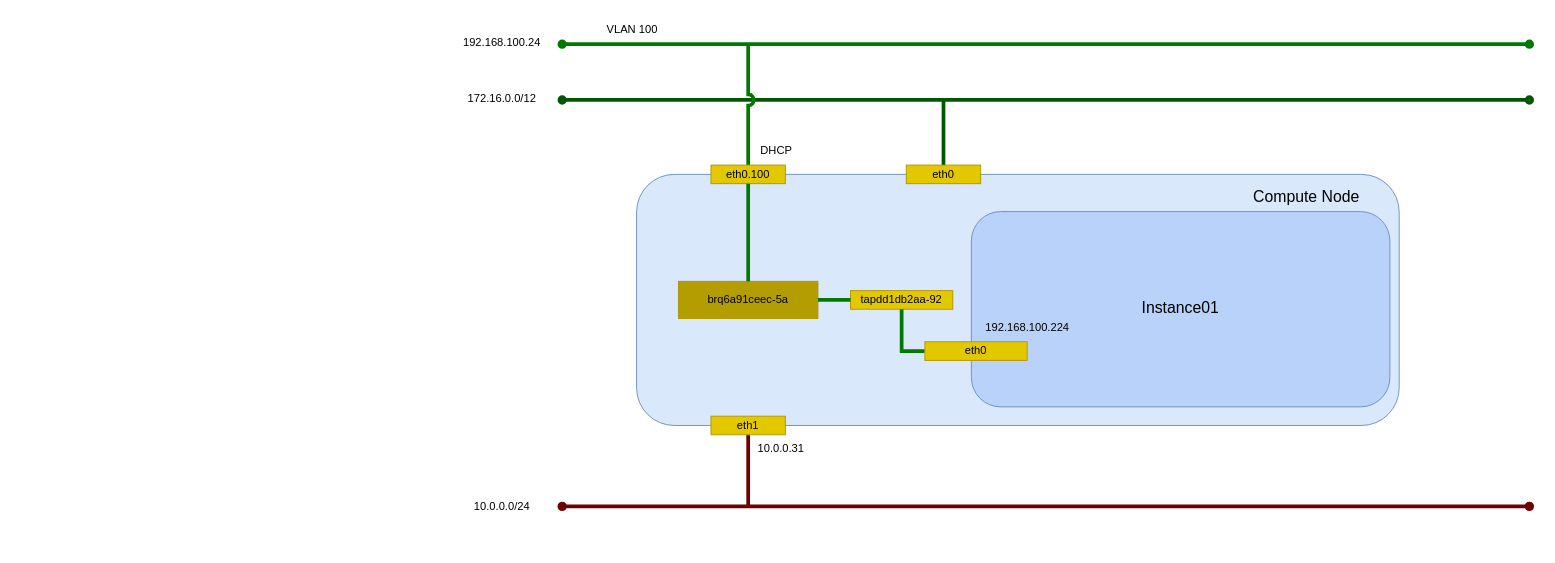
The draw.io diagram _static/image/network_vlan_instance_linuxbridge.drawio in 9506hqwy/openstack_study_notes, before the edit. Source tidied: cells renumbered, new cells numbered last; positions are measured from the earlier drawing's top-left corner, leaving out a move shared by most shapes. Both pictures are drawn from the tidied source at 93%, with x=0, y=0 at pixel (450, 16).
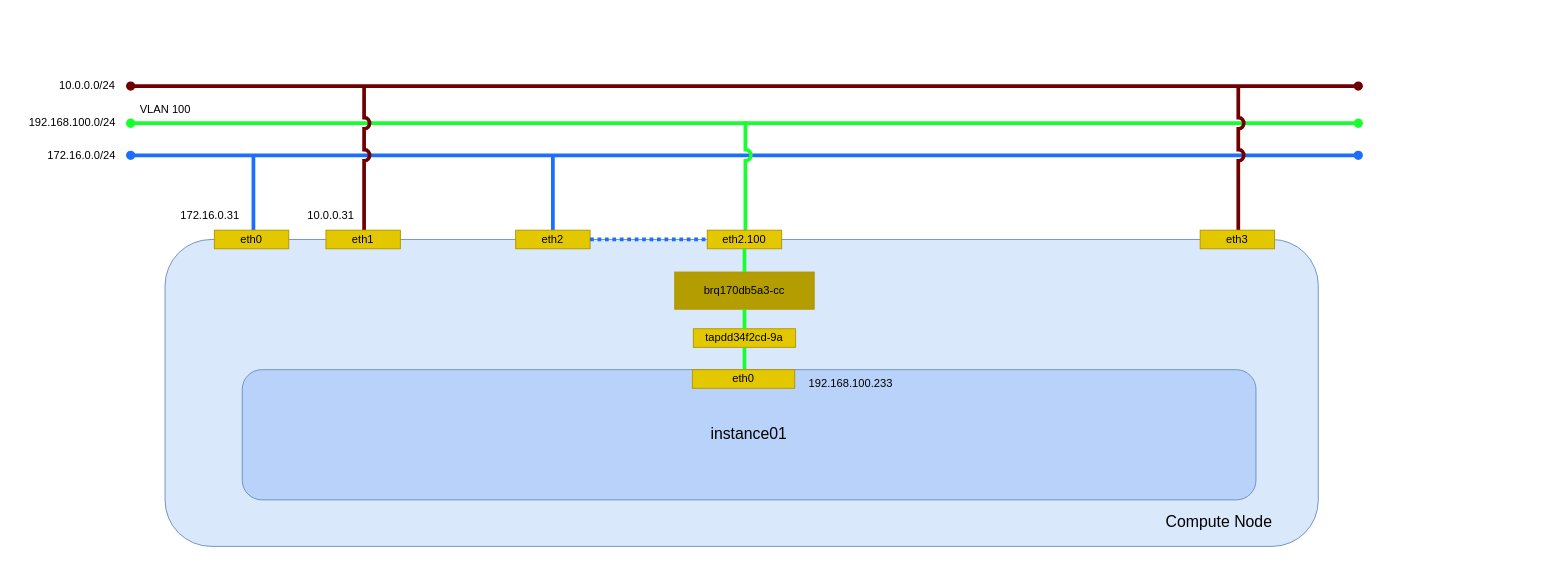
After the change.

Diff of the diagram source:
```diff
@@
-    <mxCell id="2" style="endArrow=oval;html=1;rounded=0;startArrow=oval;startFill=1;endFill=1;strokeWidth=4;fillColor=#a20025;strokeColor=#6F0000;" parent="1" edge="1">
-      <mxGeometry relative="1" as="geometry">
-        <mxPoint x="120" y="527" as="sourcePoint" />
-        <mxPoint x="1160" y="527" as="targetPoint" />
-      </mxGeometry>
-    </mxCell>
+    <mxCell id="29" style="endArrow=oval;html=1;rounded=0;startArrow=oval;startFill=1;endFill=1;strokeWidth=4;fillColor=#a20025;strokeColor=#6F0000;" parent="1" edge="1">
+      <mxGeometry relative="1" as="geometry">
+        <mxPoint x="-344" y="75" as="sourcePoint" />
+        <mxPoint x="976" y="75" as="targetPoint" />
+      </mxGeometry>
+    </mxCell>
     <mxCell id="3" value="10.0.0.0/24" style="text;html=1;align=center;verticalAlign=middle;strokeColor=none;fillColor=none;" parent="1" vertex="1">
-      <mxGeometry x="15" y="512" width="80" height="30" as="geometry" />
+      <mxGeometry x="-431" y="60" width="80" height="30" as="geometry" />
     </mxCell>
-    <mxCell id="4" style="endArrow=none;html=1;rounded=0;startArrow=none;startFill=0;endFill=0;strokeWidth=4;fillColor=#a20025;strokeColor=#6F0000;exitX=0.5;exitY=1;exitDx=0;exitDy=0;" parent="1" edge="1">
-      <mxGeometry relative="1" as="geometry">
-        <mxPoint x="320" y="447" as="sourcePoint" />
-        <mxPoint x="320" y="527" as="targetPoint" />
-      </mxGeometry>
-    </mxCell>
-    <mxCell id="5" style="endArrow=oval;html=1;rounded=0;startArrow=oval;startFill=1;endFill=1;strokeWidth=4;fillColor=#008a00;strokeColor=#005700;" parent="1" edge="1">
-      <mxGeometry relative="1" as="geometry">
-        <mxPoint x="120" y="90" as="sourcePoint" />
-        <mxPoint x="1160" y="90" as="targetPoint" />
-      </mxGeometry>
-    </mxCell>
-    <mxCell id="6" value="172.16.0.0/12" style="text;html=1;align=center;verticalAlign=middle;strokeColor=none;fillColor=none;" parent="1" vertex="1">
-      <mxGeometry x="5" y="74" width="100" height="30" as="geometry" />
-    </mxCell>
-    <mxCell id="7" style="endArrow=none;html=1;rounded=0;startArrow=none;startFill=0;endFill=0;strokeWidth=4;fillColor=#008a00;strokeColor=#005700;exitX=0.5;exitY=1;exitDx=0;exitDy=0;" parent="1" edge="1">
-      <mxGeometry relative="1" as="geometry">
-        <mxPoint x="530" y="90" as="sourcePoint" />
-        <mxPoint x="530" y="170" as="targetPoint" />
-      </mxGeometry>
-    </mxCell>
-    <mxCell id="8" style="endArrow=oval;html=1;rounded=0;startArrow=oval;startFill=1;endFill=1;strokeWidth=4;fillColor=#008a00;strokeColor=#017801;" parent="1" edge="1">
-      <mxGeometry relative="1" as="geometry">
-        <mxPoint x="120" y="30" as="sourcePoint" />
-        <mxPoint x="1160" y="30" as="targetPoint" />
-      </mxGeometry>
-    </mxCell>
-    <mxCell id="9" value="192.168.100.24" style="text;html=1;align=center;verticalAlign=middle;strokeColor=none;fillColor=none;" parent="1" vertex="1">
-      <mxGeometry y="13" width="110" height="30" as="geometry" />
-    </mxCell>
+    <mxCell id="30" style="endArrow=oval;html=1;rounded=0;startArrow=oval;startFill=1;endFill=1;strokeWidth=4;fillColor=#a20025;strokeColor=#1C6EFF;" parent="1" edge="1">
+      <mxGeometry relative="1" as="geometry">
+        <mxPoint x="-344" y="149.5" as="sourcePoint" />
+        <mxPoint x="976" y="149.5" as="targetPoint" />
+      </mxGeometry>
+    </mxCell>
+    <mxCell id="31" value="172.16.0.0/24" style="text;html=1;align=center;verticalAlign=middle;strokeColor=none;fillColor=none;" parent="1" vertex="1">
+      <mxGeometry x="-447" y="135" width="100" height="30" as="geometry" />
+    </mxCell>
+    <mxCell id="32" style="endArrow=none;html=1;rounded=0;startArrow=none;startFill=0;endFill=0;strokeWidth=4;fillColor=#a20025;strokeColor=#1C6EFF;jumpStyle=arc;" parent="1" edge="1">
+      <mxGeometry relative="1" as="geometry">
+        <mxPoint x="-212" y="150" as="sourcePoint" />
+        <mxPoint x="-212" y="230" as="targetPoint" />
+      </mxGeometry>
+    </mxCell>
+    <mxCell id="33" style="endArrow=none;html=1;rounded=0;startArrow=none;startFill=0;endFill=0;strokeWidth=4;fillColor=#a20025;strokeColor=#1C6EFF;jumpStyle=arc;" parent="1" edge="1">
+      <mxGeometry relative="1" as="geometry">
+        <mxPoint x="110" y="150" as="sourcePoint" />
+        <mxPoint x="110" y="230" as="targetPoint" />
+      </mxGeometry>
+    </mxCell>
+    <mxCell id="34" style="endArrow=oval;html=1;rounded=0;startArrow=oval;startFill=1;endFill=1;strokeWidth=4;fillColor=#a20025;strokeColor=#17FF2E;" parent="1" edge="1">
+      <mxGeometry relative="1" as="geometry">
+        <mxPoint x="-344" y="115" as="sourcePoint" />
+        <mxPoint x="976" y="115" as="targetPoint" />
+      </mxGeometry>
+    </mxCell>
+    <mxCell id="35" value="192.168.100.0/24" style="text;html=1;align=center;verticalAlign=middle;strokeColor=none;fillColor=none;" parent="1" vertex="1">
+      <mxGeometry x="-467" y="99" width="120" height="30" as="geometry" />
+    </mxCell>
+    <mxCell id="36" style="endArrow=none;html=1;rounded=0;startArrow=none;startFill=0;endFill=0;strokeWidth=4;fillColor=#a20025;strokeColor=#17FF2E;jumpStyle=arc;" parent="1" edge="1">
+      <mxGeometry relative="1" as="geometry">
+        <mxPoint x="317" y="113" as="sourcePoint" />
+        <mxPoint x="317" y="243" as="targetPoint" />
+      </mxGeometry>
+    </mxCell>
     <mxCell id="10" value="VLAN 100" style="text;html=1;align=center;verticalAlign=middle;strokeColor=none;fillColor=none;" parent="1" vertex="1">
-      <mxGeometry x="155" width="80" height="30" as="geometry" />
+      <mxGeometry x="-347" y="85" width="80" height="30" as="geometry" />
     </mxCell>
-    <mxCell id="11" style="endArrow=none;html=1;rounded=0;startArrow=none;startFill=0;endFill=0;strokeWidth=4;fillColor=#008a00;strokeColor=#017801;jumpStyle=arc;" parent="1" edge="1">
-      <mxGeometry relative="1" as="geometry">
-        <mxPoint x="320" y="30" as="sourcePoint" />
-        <mxPoint x="320" y="170" as="targetPoint" />
-      </mxGeometry>
-    </mxCell>
+    <mxCell id="37" style="endArrow=none;html=1;rounded=0;startArrow=none;startFill=0;endFill=0;strokeWidth=4;fillColor=#a20025;strokeColor=#6F0000;jumpStyle=arc;" parent="1" edge="1">
+      <mxGeometry relative="1" as="geometry">
+        <mxPoint x="847" y="76" as="sourcePoint" />
+        <mxPoint x="847" y="230" as="targetPoint" />
+      </mxGeometry>
+    </mxCell>
+    <mxCell id="38" style="endArrow=none;html=1;rounded=0;startArrow=none;startFill=0;endFill=0;strokeWidth=4;fillColor=#a20025;strokeColor=#6F0000;jumpStyle=arc;" parent="1" edge="1">
+      <mxGeometry relative="1" as="geometry">
+        <mxPoint x="-93" y="74" as="sourcePoint" />
+        <mxPoint x="-93" y="230" as="targetPoint" />
+      </mxGeometry>
+    </mxCell>
@@
-    <mxCell id="13" style="rounded=1;whiteSpace=wrap;html=1;fillColor=#dae8fc;strokeColor=#6c8ebf;align=center;horizontal=1;" parent="12" vertex="1">
-      <mxGeometry x="200" y="170" width="820" height="270" as="geometry" />
-    </mxCell>
+    <mxCell id="39" style="rounded=1;whiteSpace=wrap;html=1;fillColor=#dae8fc;strokeColor=#6c8ebf;" parent="12" vertex="1">
+      <mxGeometry x="-307" y="240" width="1240" height="330" as="geometry" />
+    </mxCell>
     <mxCell id="14" value="eth1" style="rounded=0;whiteSpace=wrap;html=1;fillColor=#e3c800;fontColor=#000000;strokeColor=#B09500;" parent="12" vertex="1">
-      <mxGeometry x="280" y="430" width="80" height="20" as="geometry" />
+      <mxGeometry x="-134" y="230" width="80" height="20" as="geometry" />
     </mxCell>
-    <mxCell id="15" value="eth0.100" style="rounded=0;whiteSpace=wrap;html=1;fillColor=#e3c800;fontColor=#000000;strokeColor=#B09500;" parent="12" vertex="1">
-      <mxGeometry x="280" y="160" width="80" height="20" as="geometry" />
-    </mxCell>
+    <mxCell id="24" value="eth0" style="rounded=0;whiteSpace=wrap;html=1;fillColor=#e3c800;fontColor=#000000;strokeColor=#B09500;" parent="12" vertex="1">
+      <mxGeometry x="-254" y="230" width="80" height="20" as="geometry" />
+    </mxCell>
+    <mxCell id="40" value="172.16.0.31" style="text;html=1;align=center;verticalAlign=middle;strokeColor=none;fillColor=none;" parent="12" vertex="1">
+      <mxGeometry x="-304" y="200" width="90" height="30" as="geometry" />
+    </mxCell>
+    <mxCell id="41" value="eth2.100" style="rounded=0;whiteSpace=wrap;html=1;fillColor=#e3c800;fontColor=#000000;strokeColor=#B09500;" parent="12" vertex="1">
+      <mxGeometry x="276" y="230" width="80" height="20" as="geometry" />
+    </mxCell>
+    <mxCell id="42" value="&lt;div&gt;eth3&lt;/div&gt;" style="rounded=0;whiteSpace=wrap;html=1;fillColor=#e3c800;fontColor=#000000;strokeColor=#B09500;" parent="12" vertex="1">
+      <mxGeometry x="806" y="230" width="80" height="20" as="geometry" />
+    </mxCell>
-    <mxCell id="16" value="&lt;div&gt;10.0.0.31&lt;/div&gt;" style="text;html=1;align=center;verticalAlign=middle;strokeColor=none;fillColor=none;" parent="12" vertex="1">
-      <mxGeometry x="320" y="450" width="70" height="30" as="geometry" />
+    <mxCell id="16" value="10.0.0.31" style="text;html=1;align=center;verticalAlign=middle;strokeColor=none;fillColor=none;" parent="12" vertex="1">
+      <mxGeometry x="-164" y="200" width="70" height="30" as="geometry" />
     </mxCell>
-    <mxCell id="17" value="DHCP" style="text;html=1;align=center;verticalAlign=middle;strokeColor=none;fillColor=none;" parent="12" vertex="1">
-      <mxGeometry x="320" y="130" width="60" height="30" as="geometry" />
-    </mxCell>
     <mxCell id="18" value="&lt;font style=&quot;font-size: 17px;&quot;&gt;Compute Node&lt;/font&gt;" style="text;html=1;align=center;verticalAlign=middle;strokeColor=none;fillColor=none;" parent="12" vertex="1">
-      <mxGeometry x="850" y="180" width="140" height="30" as="geometry" />
+      <mxGeometry x="756" y="530" width="140" height="30" as="geometry" />
     </mxCell>
-    <mxCell id="19" value="brq6a91ceec-5a" style="rounded=0;whiteSpace=wrap;html=1;fillColor=#B39D00;fontColor=#000000;strokeColor=#B09500;" parent="12" vertex="1">
-      <mxGeometry x="245" y="285" width="150" height="40" as="geometry" />
+    <mxCell id="19" value="brq170db5a3-cc" style="rounded=0;whiteSpace=wrap;html=1;fillColor=#B39D00;fontColor=#000000;strokeColor=#B09500;" parent="12" vertex="1">
+      <mxGeometry x="241" y="275" width="150" height="40" as="geometry" />
     </mxCell>
-    <mxCell id="20" style="endArrow=none;html=1;rounded=0;startArrow=none;startFill=0;endFill=0;strokeWidth=4;fillColor=#008a00;strokeColor=#017801;exitX=0.5;exitY=1;exitDx=0;exitDy=0;entryX=0.5;entryY=0;entryDx=0;entryDy=0;" parent="12" edge="1" target="19">
-      <mxGeometry relative="1" as="geometry">
-        <mxPoint x="320" y="180" as="sourcePoint" />
-      </mxGeometry>
-    </mxCell>
-    <mxCell id="21" value="tapdd1db2aa-92" style="rounded=0;whiteSpace=wrap;html=1;fillColor=#e3c800;fontColor=#000000;strokeColor=#B09500;" parent="12" vertex="1">
-      <mxGeometry x="430" y="295" width="110" height="20" as="geometry" />
+    <mxCell id="21" value="tapdd34f2cd-9a" style="rounded=0;whiteSpace=wrap;html=1;fillColor=#e3c800;fontColor=#000000;strokeColor=#B09500;" parent="12" vertex="1">
+      <mxGeometry x="261" y="336" width="110" height="20" as="geometry" />
     </mxCell>
+    <mxCell id="43" style="endArrow=none;html=1;rounded=0;startArrow=none;startFill=0;endFill=0;strokeWidth=4;fillColor=#a20025;strokeColor=#17FF2E;jumpStyle=arc;entryX=0.5;entryY=0;entryDx=0;entryDy=0;exitX=0.5;exitY=1;exitDx=0;exitDy=0;" parent="12" edge="1" source="41" target="19">
+      <mxGeometry relative="1" as="geometry" />
+    </mxCell>
-    <mxCell id="22" style="endArrow=none;html=1;rounded=0;startArrow=none;startFill=0;endFill=0;strokeWidth=4;fillColor=#008a00;strokeColor=#017801;exitX=1;exitY=0.5;exitDx=0;exitDy=0;entryX=0;entryY=0.5;entryDx=0;entryDy=0;" parent="12" edge="1" source="19" target="21">
+    <mxCell id="22" style="endArrow=none;html=1;rounded=0;startArrow=none;startFill=0;endFill=0;strokeWidth=4;fillColor=#a20025;strokeColor=#17FF2E;jumpStyle=arc;entryX=0.5;entryY=0;entryDx=0;entryDy=0;exitX=0.5;exitY=1;exitDx=0;exitDy=0;" parent="12" edge="1" source="19" target="21">
       <mxGeometry relative="1" as="geometry" />
     </mxCell>
-    <mxCell id="23" style="endArrow=none;html=1;rounded=0;startArrow=none;startFill=0;endFill=0;strokeWidth=4;fillColor=#008a00;strokeColor=#017801;exitX=0.5;exitY=1;exitDx=0;exitDy=0;entryX=0.378;entryY=0.704;entryDx=0;entryDy=0;entryPerimeter=0;" parent="12" edge="1" source="21" target="13">
-      <mxGeometry relative="1" as="geometry">
-        <Array as="points">
-          <mxPoint x="485" y="360" />
-        </Array>
-      </mxGeometry>
-    </mxCell>
-    <mxCell id="24" value="eth0" style="rounded=0;whiteSpace=wrap;html=1;fillColor=#e3c800;fontColor=#000000;strokeColor=#B09500;" parent="12" vertex="1">
-      <mxGeometry x="490" y="160" width="80" height="20" as="geometry" />
-    </mxCell>
+    <mxCell id="44" style="endArrow=none;html=1;rounded=0;startArrow=none;startFill=0;endFill=0;strokeWidth=4;fillColor=#a20025;strokeColor=#17FF2E;jumpStyle=arc;exitX=0.5;exitY=1;exitDx=0;exitDy=0;" parent="12" edge="1">
+      <mxGeometry relative="1" as="geometry">
+        <mxPoint x="316" y="356" as="sourcePoint" />
+        <mxPoint x="316" y="380" as="targetPoint" />
+      </mxGeometry>
+    </mxCell>
+    <mxCell id="45" value="eth2" style="rounded=0;whiteSpace=wrap;html=1;fillColor=#e3c800;fontColor=#000000;strokeColor=#B09500;" parent="12" vertex="1">
+      <mxGeometry x="70" y="230" width="80" height="20" as="geometry" />
+    </mxCell>
+    <mxCell id="46" style="endArrow=none;html=1;rounded=0;startArrow=none;startFill=0;endFill=0;strokeWidth=4;fillColor=#a20025;strokeColor=#1C6EFF;jumpStyle=arc;entryX=0;entryY=0.5;entryDx=0;entryDy=0;exitX=1;exitY=0.5;exitDx=0;exitDy=0;dashed=1;dashPattern=1 1;" parent="12" edge="1" source="45" target="41">
+      <mxGeometry relative="1" as="geometry" />
+    </mxCell>
@@
-    <mxCell id="26" value="&lt;font style=&quot;font-size: 17px;&quot;&gt;Instance01&lt;/font&gt;" style="rounded=1;whiteSpace=wrap;html=1;fillColor=#b8d2fa;strokeColor=#6c8ebf;align=center;horizontal=1;" parent="25" vertex="1">
-      <mxGeometry x="560" y="210" width="450" height="210" as="geometry" />
+    <mxCell id="26" value="&lt;font style=&quot;font-size: 17px;&quot;&gt;instance01&lt;/font&gt;" style="rounded=1;whiteSpace=wrap;html=1;fillColor=#b8d2fa;strokeColor=#6c8ebf;align=center;horizontal=1;" parent="25" vertex="1">
+      <mxGeometry x="-224" y="380" width="1090" height="140" as="geometry" />
     </mxCell>
+    <mxCell id="28" value="192.168.100.233" style="text;html=1;align=center;verticalAlign=middle;strokeColor=none;fillColor=none;" parent="25" vertex="1">
+      <mxGeometry x="370" y="380" width="120" height="30" as="geometry" />
+    </mxCell>
     <mxCell id="27" value="eth0" style="rounded=0;whiteSpace=wrap;html=1;fillColor=#e3c800;fontColor=#000000;strokeColor=#B09500;" parent="25" vertex="1">
-      <mxGeometry x="510" y="350" width="110" height="20" as="geometry" />
+      <mxGeometry x="260" y="380" width="110" height="20" as="geometry" />
     </mxCell>
-    <mxCell id="28" value="192.168.100.224" style="text;html=1;align=center;verticalAlign=middle;strokeColor=none;fillColor=none;" parent="25" vertex="1">
-      <mxGeometry x="560" y="320" width="120" height="30" as="geometry" />
-    </mxCell>
```
